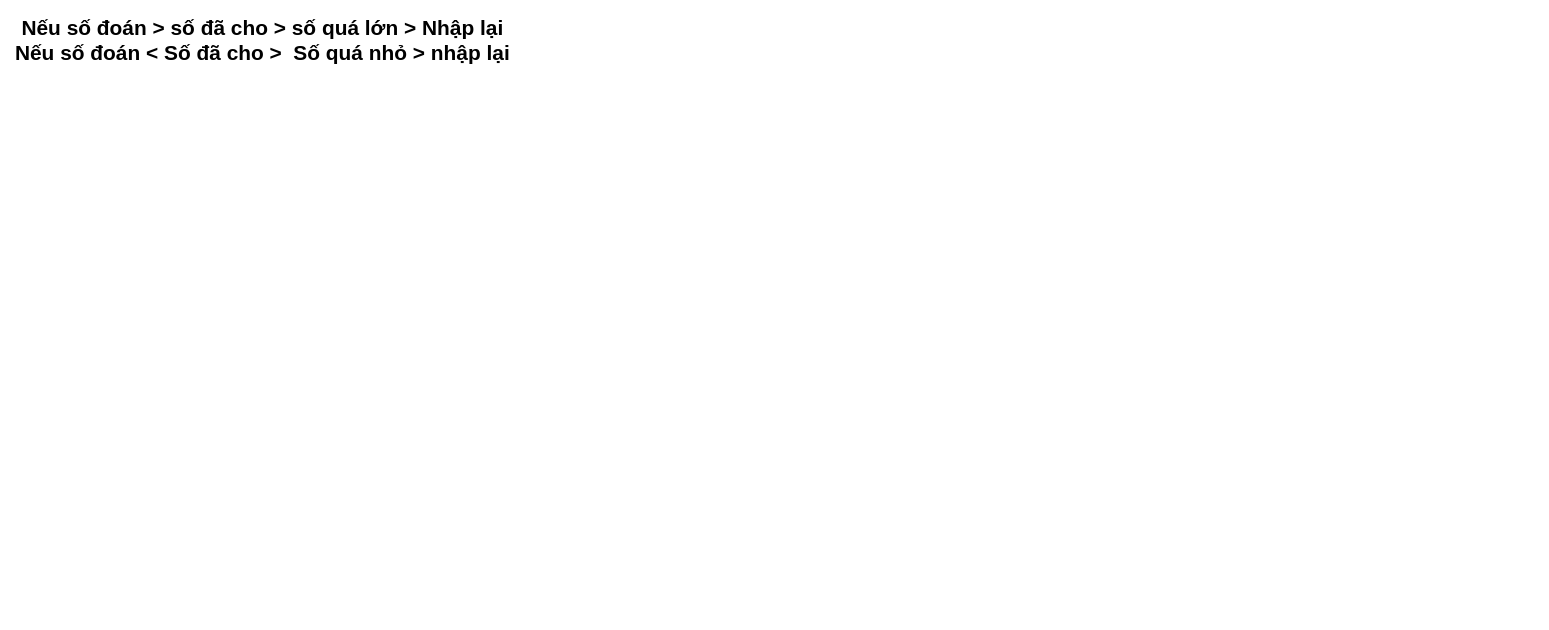
tranpanhminh/front_end_29052023 keeps this draw.io diagram as Class/assets/Bai_06.dio. Above is the earlier version. Source tidied: cells renumbered, new cells numbered last; positions are measured from the earlier drawing's top-left corner, leaving out a move shared by most shapes. Both pictures are drawn from the tidied source at 87%, with x=0, y=0 at pixel (218, 23).
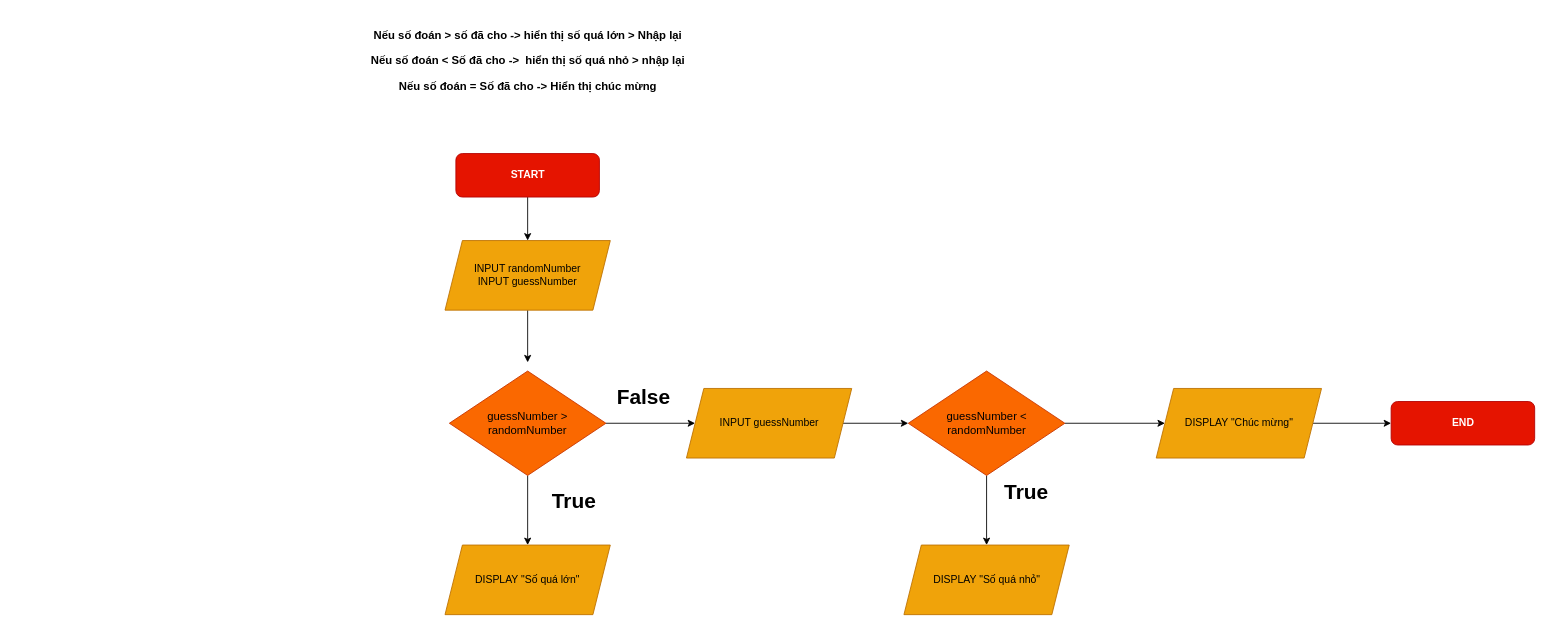
The same page after the edit.

Change to the diagram source:
```diff
@@
-    <mxCell id="2" value="Nếu số đoán &amp;gt; số đã cho &amp;gt; số quá lớn &amp;gt; Nhập lại&lt;br&gt;Nếu số đoán &amp;lt; Số đã cho &amp;gt;&amp;nbsp; Số quá nhỏ &amp;gt; nhập lại" style="text;strokeColor=none;fillColor=none;html=1;fontSize=24;fontStyle=1;verticalAlign=middle;align=center;" parent="1" vertex="1">
-      <mxGeometry width="100" height="40" as="geometry" />
+    <mxCell id="2" value="&lt;font style=&quot;font-size: 13px;&quot;&gt;Nếu số đoán &amp;gt; số đã cho -&amp;gt; hiển thị số quá lớn &amp;gt; Nhập lại&lt;br&gt;Nếu số đoán &amp;lt; Số đã cho -&amp;gt;&amp;nbsp; hiển thị số quá nhỏ &amp;gt; nhập lại&lt;br&gt;Nếu số đoán = Số đã cho -&amp;gt; Hiển thị chúc mừng&lt;/font&gt;" style="text;strokeColor=none;fillColor=none;html=1;fontSize=24;fontStyle=1;verticalAlign=middle;align=center;" parent="1" vertex="1">
+      <mxGeometry width="710" height="80" as="geometry" />
     </mxCell>
+    <mxCell id="3" style="edgeStyle=none;html=1;entryX=0.5;entryY=0;entryDx=0;entryDy=0;" parent="1" edge="1" source="4" target="6">
+      <mxGeometry relative="1" as="geometry" />
+    </mxCell>
+    <mxCell id="4" value="&lt;b&gt;START&lt;/b&gt;" style="rounded=1;whiteSpace=wrap;html=1;fillColor=#e51400;fontColor=#ffffff;strokeColor=#B20000;" parent="1" vertex="1">
+      <mxGeometry x="272.5" y="150" width="165" height="50" as="geometry" />
+    </mxCell>
+    <mxCell id="5" style="edgeStyle=none;html=1;fontSize=13;" parent="1" edge="1" source="6">
+      <mxGeometry relative="1" as="geometry">
+        <mxPoint x="355" y="390" as="targetPoint" />
+      </mxGeometry>
+    </mxCell>
+    <mxCell id="6" value="INPUT randomNumber&lt;br&gt;INPUT guessNumber" style="shape=parallelogram;perimeter=parallelogramPerimeter;whiteSpace=wrap;html=1;fixedSize=1;fillColor=#f0a30a;fontColor=#000000;strokeColor=#BD7000;" parent="1" vertex="1">
+      <mxGeometry x="260" y="250" width="190" height="80" as="geometry" />
+    </mxCell>
+    <mxCell id="7" style="edgeStyle=none;html=1;fontSize=13;" parent="1" edge="1" source="9" target="10">
+      <mxGeometry relative="1" as="geometry" />
+    </mxCell>
+    <mxCell id="8" style="edgeStyle=none;html=1;fontSize=13;" parent="1" edge="1" source="9" target="12">
+      <mxGeometry relative="1" as="geometry" />
+    </mxCell>
+    <mxCell id="9" value="guessNumber &amp;gt; randomNumber" style="rhombus;whiteSpace=wrap;html=1;fontSize=13;fillColor=#fa6800;fontColor=#000000;strokeColor=#C73500;" parent="1" vertex="1">
+      <mxGeometry x="265" y="400" width="180" height="120" as="geometry" />
+    </mxCell>
+    <mxCell id="10" value="DISPLAY &quot;Số quá lớn&quot;" style="shape=parallelogram;perimeter=parallelogramPerimeter;whiteSpace=wrap;html=1;fixedSize=1;fillColor=#f0a30a;fontColor=#000000;strokeColor=#BD7000;" parent="1" vertex="1">
+      <mxGeometry x="260" y="600" width="190" height="80" as="geometry" />
+    </mxCell>
+    <mxCell id="11" style="edgeStyle=none;html=1;fontSize=13;" parent="1" edge="1" source="12" target="15">
+      <mxGeometry relative="1" as="geometry" />
+    </mxCell>
+    <mxCell id="12" value="INPUT guessNumber" style="shape=parallelogram;perimeter=parallelogramPerimeter;whiteSpace=wrap;html=1;fixedSize=1;fillColor=#f0a30a;fontColor=#000000;strokeColor=#BD7000;" parent="1" vertex="1">
+      <mxGeometry x="537.5" y="420" width="190" height="80" as="geometry" />
+    </mxCell>
+    <mxCell id="13" style="edgeStyle=none;html=1;fontSize=13;" parent="1" edge="1" source="15" target="16">
+      <mxGeometry relative="1" as="geometry" />
+    </mxCell>
+    <mxCell id="14" style="edgeStyle=none;html=1;fontSize=13;" parent="1" edge="1" source="15" target="21">
+      <mxGeometry relative="1" as="geometry" />
+    </mxCell>
+    <mxCell id="15" value="guessNumber &amp;lt; randomNumber" style="rhombus;whiteSpace=wrap;html=1;fontSize=13;fillColor=#fa6800;fontColor=#000000;strokeColor=#C73500;" parent="1" vertex="1">
+      <mxGeometry x="792.5" y="400" width="180" height="120" as="geometry" />
+    </mxCell>
+    <mxCell id="16" value="DISPLAY &quot;Số quá nhỏ&quot;" style="shape=parallelogram;perimeter=parallelogramPerimeter;whiteSpace=wrap;html=1;fixedSize=1;fillColor=#f0a30a;fontColor=#000000;strokeColor=#BD7000;" parent="1" vertex="1">
+      <mxGeometry x="787.5" y="600" width="190" height="80" as="geometry" />
+    </mxCell>
+    <mxCell id="17" value="False" style="text;strokeColor=none;fillColor=none;html=1;fontSize=24;fontStyle=1;verticalAlign=middle;align=center;" parent="1" vertex="1">
+      <mxGeometry x="437.5" y="410" width="100" height="40" as="geometry" />
+    </mxCell>
+    <mxCell id="18" value="True" style="text;strokeColor=none;fillColor=none;html=1;fontSize=24;fontStyle=1;verticalAlign=middle;align=center;" parent="1" vertex="1">
+      <mxGeometry x="357.5" y="530" width="100" height="40" as="geometry" />
+    </mxCell>
+    <mxCell id="19" value="True" style="text;strokeColor=none;fillColor=none;html=1;fontSize=24;fontStyle=1;verticalAlign=middle;align=center;" parent="1" vertex="1">
+      <mxGeometry x="877.5" y="520" width="100" height="40" as="geometry" />
+    </mxCell>
+    <mxCell id="20" style="edgeStyle=none;html=1;fontSize=13;" parent="1" edge="1" source="21" target="22">
+      <mxGeometry relative="1" as="geometry" />
+    </mxCell>
+    <mxCell id="21" value="DISPLAY &quot;Chúc mừng&quot;" style="shape=parallelogram;perimeter=parallelogramPerimeter;whiteSpace=wrap;html=1;fixedSize=1;fillColor=#f0a30a;fontColor=#000000;strokeColor=#BD7000;" parent="1" vertex="1">
+      <mxGeometry x="1077.5" y="420" width="190" height="80" as="geometry" />
+    </mxCell>
+    <mxCell id="22" value="&lt;b&gt;END&lt;/b&gt;" style="rounded=1;whiteSpace=wrap;html=1;fillColor=#e51400;fontColor=#ffffff;strokeColor=#B20000;" parent="1" vertex="1">
+      <mxGeometry x="1347.5" y="435" width="165" height="50" as="geometry" />
+    </mxCell>
```
